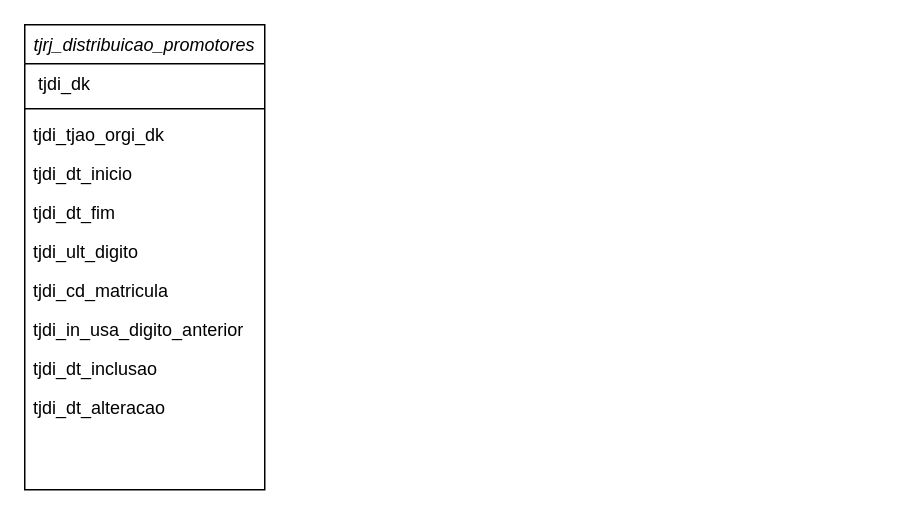
Above: Untitled Diagram.drawio in gugahh/diagramasmprj (draw.io), before the change. Source tidied: cells renumbered, new cells numbered last; positions are measured from the earlier drawing's top-left corner, leaving out a move shared by most shapes. Both pictures are drawn from the tidied source at 150%, with x=0, y=0 at pixel (24, 24).
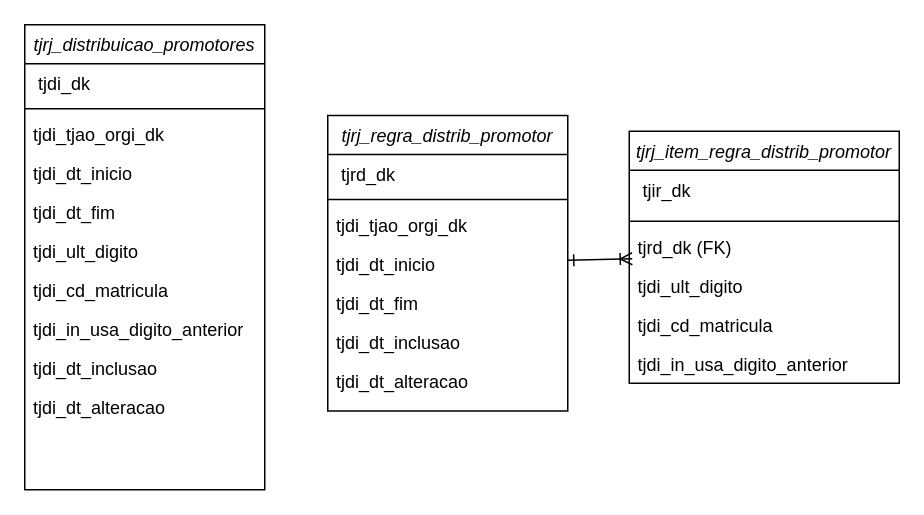
The same diagram, later.

The edit, as a diff of the source:
```diff
@@
+    <mxCell id="13" style="rounded=0;jettySize=auto;html=1;entryX=0.011;entryY=-0.192;entryDx=0;entryDy=0;startArrow=ERone;startFill=0;endArrow=ERoneToMany;endFill=0;entryPerimeter=0;" parent="1" edge="1" source="14" target="26">
+      <mxGeometry relative="1" as="geometry" />
+    </mxCell>
+    <mxCell id="14" value="tjrj_regra_distrib_promotor" style="swimlane;fontStyle=2;align=center;verticalAlign=top;horizontal=1;startSize=26;rounded=0;shadow=0;strokeWidth=1;" parent="1" vertex="1">
+      <mxGeometry x="202" y="60.5" width="160" height="197" as="geometry" />
+    </mxCell>
+    <mxCell id="15" value=" tjrd_dk&#10;" style="text;align=left;verticalAlign=top;spacingLeft=4;spacingRight=4;overflow=hidden;" parent="14" vertex="1">
+      <mxGeometry y="26" width="160" height="26" as="geometry" />
+    </mxCell>
+    <mxCell id="16" style="line;html=1;strokeWidth=1;align=left;verticalAlign=middle;spacingTop=-1;spacingLeft=3;spacingRight=3;labelPosition=right;" parent="14" vertex="1">
+      <mxGeometry y="52" width="160" height="8" as="geometry" />
+    </mxCell>
+    <mxCell id="17" value="tjdi_tjao_orgi_dk" style="text;align=left;verticalAlign=top;spacingLeft=4;spacingRight=4;overflow=hidden;rounded=0;shadow=0;html=0;" parent="14" vertex="1">
+      <mxGeometry y="60" width="160" height="26" as="geometry" />
+    </mxCell>
+    <mxCell id="18" value="tjdi_dt_inicio" style="text;align=left;verticalAlign=top;spacingLeft=4;spacingRight=4;overflow=hidden;rounded=0;shadow=0;html=0;" parent="14" vertex="1">
+      <mxGeometry y="86" width="160" height="26" as="geometry" />
+    </mxCell>
+    <mxCell id="19" value="tjdi_dt_fim" style="text;align=left;verticalAlign=top;spacingLeft=4;spacingRight=4;overflow=hidden;rounded=0;shadow=0;html=0;" parent="14" vertex="1">
+      <mxGeometry y="112" width="160" height="26" as="geometry" />
+    </mxCell>
+    <mxCell id="20" value="tjdi_dt_inclusao" style="text;align=left;verticalAlign=top;spacingLeft=4;spacingRight=4;overflow=hidden;rounded=0;shadow=0;html=0;" parent="14" vertex="1">
+      <mxGeometry y="138" width="160" height="26" as="geometry" />
+    </mxCell>
+    <mxCell id="21" value="tjdi_dt_alteracao" style="text;align=left;verticalAlign=top;spacingLeft=4;spacingRight=4;overflow=hidden;rounded=0;shadow=0;html=0;" parent="14" vertex="1">
+      <mxGeometry y="164" width="160" height="26" as="geometry" />
+    </mxCell>
+    <mxCell id="22" value="tjrj_item_regra_distrib_promotor" style="swimlane;fontStyle=2;align=center;verticalAlign=top;horizontal=1;startSize=26;rounded=0;shadow=0;strokeWidth=1;" parent="1" vertex="1">
+      <mxGeometry x="403" y="71" width="180" height="168" as="geometry" />
+    </mxCell>
+    <mxCell id="23" value=" tjir_dk&#10;" style="text;align=left;verticalAlign=top;spacingLeft=4;spacingRight=4;overflow=hidden;" parent="22" vertex="1">
+      <mxGeometry y="26" width="180" height="30" as="geometry" />
+    </mxCell>
+    <mxCell id="24" style="line;html=1;strokeWidth=1;align=left;verticalAlign=middle;spacingTop=-1;spacingLeft=3;spacingRight=3;labelPosition=right;" parent="22" vertex="1">
+      <mxGeometry y="56" width="180" height="8" as="geometry" />
+    </mxCell>
+    <mxCell id="25" value="tjrd_dk (FK)" style="text;align=left;verticalAlign=top;spacingLeft=4;spacingRight=4;overflow=hidden;rounded=0;shadow=0;html=0;" parent="22" vertex="1">
+      <mxGeometry y="64" width="180" height="26" as="geometry" />
+    </mxCell>
+    <mxCell id="26" value="tjdi_ult_digito" style="text;align=left;verticalAlign=top;spacingLeft=4;spacingRight=4;overflow=hidden;points=[[0,0.5],[1,0.5]];portConstraint=eastwest;rounded=0;shadow=0;html=0;" parent="22" vertex="1">
+      <mxGeometry y="90" width="180" height="26" as="geometry" />
+    </mxCell>
+    <mxCell id="27" value="tjdi_cd_matricula" style="text;align=left;verticalAlign=top;spacingLeft=4;spacingRight=4;overflow=hidden;rounded=0;shadow=0;html=0;" parent="22" vertex="1">
+      <mxGeometry y="116" width="180" height="26" as="geometry" />
+    </mxCell>
+    <mxCell id="28" value="tjdi_in_usa_digito_anterior" style="text;align=left;verticalAlign=top;spacingLeft=4;spacingRight=4;overflow=hidden;rounded=0;shadow=0;html=0;" parent="22" vertex="1">
+      <mxGeometry y="142" width="180" height="26" as="geometry" />
+    </mxCell>
```
